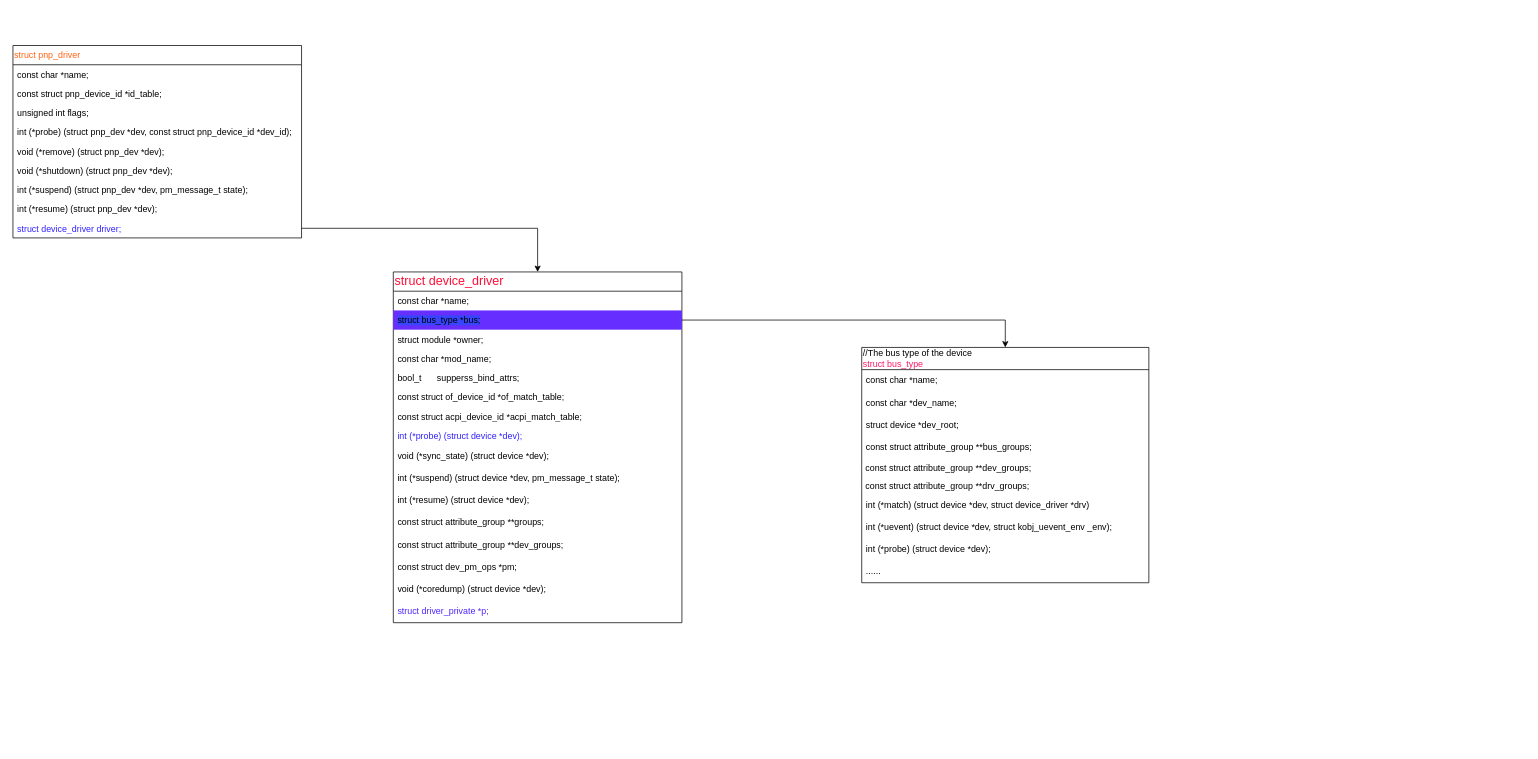
Before: uart/serial_pnp_struct.drawio in ktinkone/draw-io-works, a draw.io diagram. Source tidied: cells renumbered, new cells numbered last; positions are measured from the earlier drawing's top-left corner, leaving out a move shared by most shapes. Both pictures are drawn from the tidied source at 74%, with x=0, y=0 at pixel (13, 45).
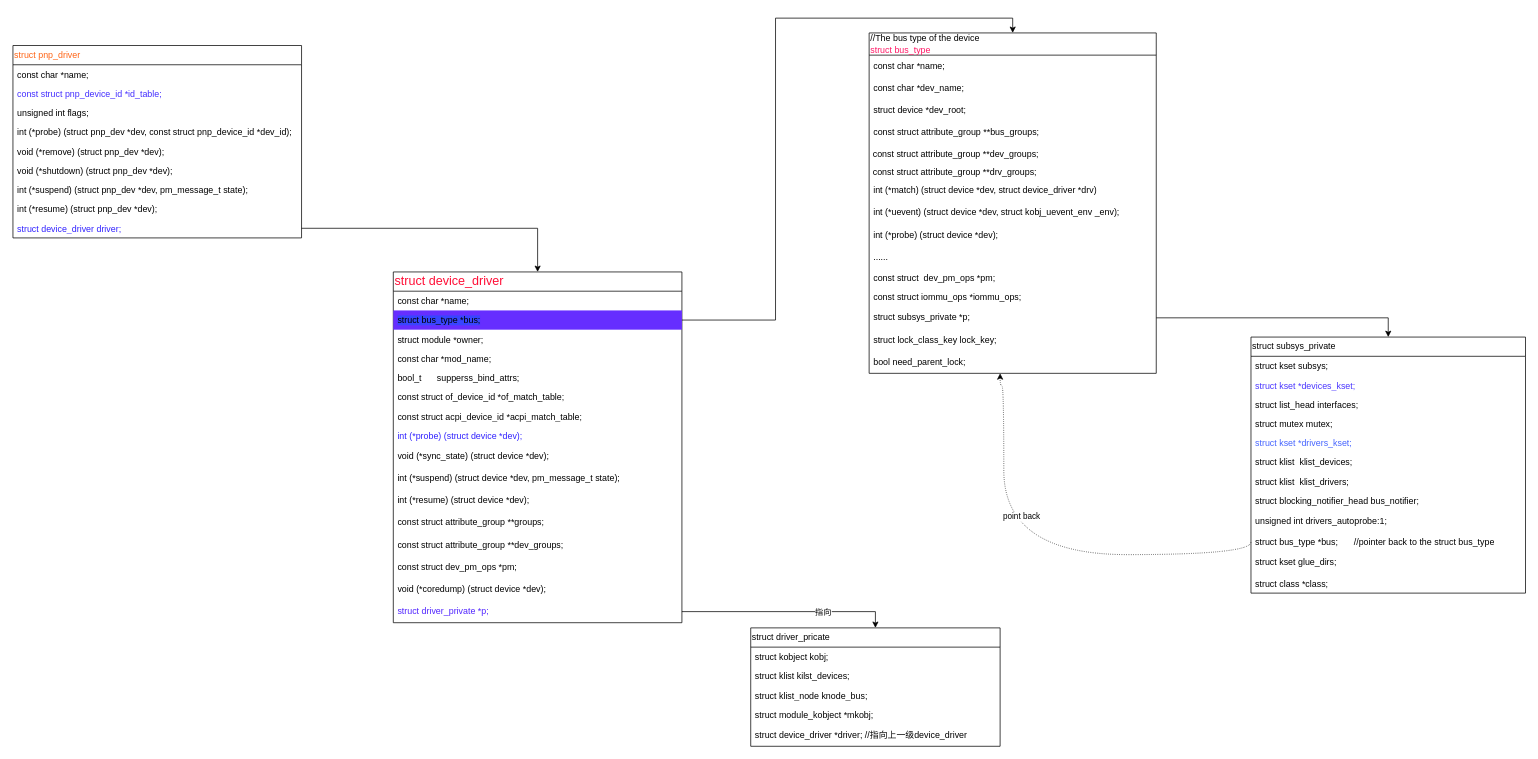
The same page after the edit.

The change refers to these unchanged cells:
```xml
<mxCell id="2" value="&lt;font color=&quot;#ff6314&quot;&gt;struct pnp_driver&lt;/font&gt;" style="swimlane;fontStyle=0;horizontal=1;startSize=26;fillColor=none;html=1;align=left;" parent="1" vertex="1">
  <mxGeometry width="390" height="260" as="geometry" />
</mxCell>
<mxCell id="28" value="&lt;font color=&quot;#5024ff&quot;&gt;struct driver_private *p;&lt;/font&gt;" style="text;strokeColor=none;fillColor=none;align=left;verticalAlign=middle;spacingLeft=4;spacingRight=4;overflow=hidden;points=[[0,0.5],[1,0.5]];portConstraint=eastwest;whiteSpace=wrap;html=1;" parent="12" vertex="1">
  <mxGeometry y="444" width="390" height="30" as="geometry" />
</mxCell>
```

Change to the diagram source:
```diff
@@
-    <mxCell id="4" value="const struct pnp_device_id *id_table;" style="text;strokeColor=none;fillColor=none;align=left;verticalAlign=top;spacingLeft=4;spacingRight=4;overflow=hidden;whiteSpace=wrap;html=1;" parent="2" vertex="1">
+    <mxCell id="4" value="&lt;font color=&quot;#432eff&quot;&gt;const struct pnp_device_id *id_table;&lt;/font&gt;" style="text;strokeColor=none;fillColor=none;align=left;verticalAlign=top;spacingLeft=4;spacingRight=4;overflow=hidden;whiteSpace=wrap;html=1;" parent="2" vertex="1">
       <mxGeometry y="52" width="390" height="26" as="geometry" />
     </mxCell>
@@
     <mxCell id="30" value="//The bus type of the device&lt;br&gt;&lt;font color=&quot;#ff1966&quot;&gt;struct bus_type&lt;/font&gt;" style="swimlane;fontStyle=0;horizontal=1;startSize=30;whiteSpace=wrap;html=1;align=left;" parent="1" vertex="1">
-      <mxGeometry x="1147" y="408" width="388" height="318" as="geometry" />
+      <mxGeometry x="1157" y="-17" width="388" height="460" as="geometry" />
     </mxCell>
@@
+    <mxCell id="42" value="const struct&amp;nbsp; dev_pm_ops *pm;" style="text;strokeColor=none;fillColor=none;align=left;verticalAlign=top;spacingLeft=4;spacingRight=4;overflow=hidden;whiteSpace=wrap;html=1;" parent="30" vertex="1">
+      <mxGeometry y="318" width="388" height="26" as="geometry" />
+    </mxCell>
+    <mxCell id="43" value="const struct iommu_ops *iommu_ops;" style="text;strokeColor=none;fillColor=none;align=left;verticalAlign=top;spacingLeft=4;spacingRight=4;overflow=hidden;whiteSpace=wrap;html=1;" parent="30" vertex="1">
+      <mxGeometry y="344" width="388" height="26" as="geometry" />
+    </mxCell>
+    <mxCell id="44" value="struct subsys_private *p;" style="text;strokeColor=none;fillColor=none;align=left;verticalAlign=middle;spacingLeft=4;spacingRight=4;overflow=hidden;points=[[0,0.5],[1,0.5]];portConstraint=eastwest;whiteSpace=wrap;html=1;" parent="30" vertex="1">
+      <mxGeometry y="370" width="388" height="30" as="geometry" />
+    </mxCell>
+    <mxCell id="45" value="struct lock_class_key lock_key;" style="text;strokeColor=none;fillColor=none;align=left;verticalAlign=middle;spacingLeft=4;spacingRight=4;overflow=hidden;whiteSpace=wrap;html=1;" parent="30" vertex="1">
+      <mxGeometry y="400" width="388" height="30" as="geometry" />
+    </mxCell>
+    <mxCell id="46" value="bool need_parent_lock;" style="text;strokeColor=none;fillColor=none;align=left;verticalAlign=middle;spacingLeft=4;spacingRight=4;overflow=hidden;whiteSpace=wrap;html=1;" parent="30" vertex="1">
+      <mxGeometry y="430" width="388" height="30" as="geometry" />
+    </mxCell>
@@
+    <mxCell id="47" value="struct driver_pricate" style="swimlane;fontStyle=0;horizontal=1;startSize=26;fillColor=none;html=1;align=left;" parent="1" vertex="1">
+      <mxGeometry x="997" y="787" width="337" height="160" as="geometry" />
+    </mxCell>
+    <mxCell id="48" value="struct kobject kobj;" style="text;strokeColor=none;fillColor=none;align=left;verticalAlign=top;spacingLeft=4;spacingRight=4;overflow=hidden;whiteSpace=wrap;html=1;" parent="47" vertex="1">
+      <mxGeometry y="26" width="337" height="26" as="geometry" />
+    </mxCell>
+    <mxCell id="49" value="struct klist kilst_devices;" style="text;strokeColor=none;fillColor=none;align=left;verticalAlign=top;spacingLeft=4;spacingRight=4;overflow=hidden;whiteSpace=wrap;html=1;" parent="47" vertex="1">
+      <mxGeometry y="52" width="337" height="26" as="geometry" />
+    </mxCell>
+    <mxCell id="50" value="struct klist_node knode_bus;" style="text;strokeColor=none;fillColor=none;align=left;verticalAlign=top;spacingLeft=4;spacingRight=4;overflow=hidden;whiteSpace=wrap;html=1;" parent="47" vertex="1">
+      <mxGeometry y="78" width="337" height="26" as="geometry" />
+    </mxCell>
+    <mxCell id="51" value="struct module_kobject *mkobj;" style="text;strokeColor=none;fillColor=none;align=left;verticalAlign=top;spacingLeft=4;spacingRight=4;overflow=hidden;whiteSpace=wrap;html=1;" parent="47" vertex="1">
+      <mxGeometry y="104" width="337" height="26" as="geometry" />
+    </mxCell>
+    <mxCell id="52" value="struct device_driver *driver; //指向上一级device_driver" style="text;strokeColor=none;fillColor=none;align=left;verticalAlign=middle;spacingLeft=4;spacingRight=4;overflow=hidden;whiteSpace=wrap;html=1;" parent="47" vertex="1">
+      <mxGeometry y="130" width="337" height="30" as="geometry" />
+    </mxCell>
+    <mxCell id="53" style="edgeStyle=orthogonalEdgeStyle;rounded=0;jettySize=auto;html=1;exitX=1;exitY=0.5;exitDx=0;exitDy=0;" parent="1" edge="1" source="28" target="47">
+      <mxGeometry relative="1" as="geometry" />
+    </mxCell>
+    <mxCell id="54" value="指向" style="edgeLabel;html=1;align=center;verticalAlign=middle;" parent="53" vertex="1">
+      <mxGeometry x="0.34" relative="1" as="geometry" />
+    </mxCell>
+    <mxCell id="55" value="struct subsys_private" style="swimlane;fontStyle=0;horizontal=1;startSize=26;fillColor=none;html=1;align=left;" parent="1" vertex="1">
+      <mxGeometry x="1673" y="394" width="371" height="346" as="geometry" />
+    </mxCell>
+    <mxCell id="56" value="struct kset subsys;" style="text;strokeColor=none;fillColor=none;align=left;verticalAlign=top;spacingLeft=4;spacingRight=4;overflow=hidden;whiteSpace=wrap;html=1;" parent="55" vertex="1">
+      <mxGeometry y="26" width="371" height="26" as="geometry" />
+    </mxCell>
+    <mxCell id="57" value="&lt;font color=&quot;#4a36ff&quot;&gt;struct kset *devices_kset;&lt;/font&gt;" style="text;strokeColor=none;fillColor=none;align=left;verticalAlign=top;spacingLeft=4;spacingRight=4;overflow=hidden;whiteSpace=wrap;html=1;" parent="55" vertex="1">
+      <mxGeometry y="52" width="371" height="26" as="geometry" />
+    </mxCell>
+    <mxCell id="58" value="struct list_head interfaces;" style="text;strokeColor=none;fillColor=none;align=left;verticalAlign=top;spacingLeft=4;spacingRight=4;overflow=hidden;whiteSpace=wrap;html=1;" parent="55" vertex="1">
+      <mxGeometry y="78" width="371" height="26" as="geometry" />
+    </mxCell>
+    <mxCell id="59" value="struct mutex mutex;" style="text;strokeColor=none;fillColor=none;align=left;verticalAlign=top;spacingLeft=4;spacingRight=4;overflow=hidden;whiteSpace=wrap;html=1;" parent="55" vertex="1">
+      <mxGeometry y="104" width="371" height="26" as="geometry" />
+    </mxCell>
+    <mxCell id="60" value="&lt;font color=&quot;#4564ff&quot;&gt;struct kset *drivers_kset;&lt;/font&gt;" style="text;strokeColor=none;fillColor=none;align=left;verticalAlign=top;spacingLeft=4;spacingRight=4;overflow=hidden;whiteSpace=wrap;html=1;" parent="55" vertex="1">
+      <mxGeometry y="130" width="371" height="26" as="geometry" />
+    </mxCell>
+    <mxCell id="61" value="struct klist&amp;nbsp; klist_devices;" style="text;strokeColor=none;fillColor=none;align=left;verticalAlign=top;spacingLeft=4;spacingRight=4;overflow=hidden;whiteSpace=wrap;html=1;" parent="55" vertex="1">
+      <mxGeometry y="156" width="371" height="26" as="geometry" />
+    </mxCell>
+    <mxCell id="62" value="struct klist&amp;nbsp; klist_drivers;" style="text;strokeColor=none;fillColor=none;align=left;verticalAlign=top;spacingLeft=4;spacingRight=4;overflow=hidden;whiteSpace=wrap;html=1;" parent="55" vertex="1">
+      <mxGeometry y="182" width="371" height="26" as="geometry" />
+    </mxCell>
+    <mxCell id="63" value="struct blocking_notifier_head bus_notifier;" style="text;strokeColor=none;fillColor=none;align=left;verticalAlign=top;spacingLeft=4;spacingRight=4;overflow=hidden;whiteSpace=wrap;html=1;" parent="55" vertex="1">
+      <mxGeometry y="208" width="371" height="26" as="geometry" />
+    </mxCell>
+    <mxCell id="64" value="unsigned int drivers_autoprobe:1;" style="text;strokeColor=none;fillColor=none;align=left;verticalAlign=middle;spacingLeft=4;spacingRight=4;overflow=hidden;whiteSpace=wrap;html=1;" parent="55" vertex="1">
+      <mxGeometry y="234" width="371" height="30" as="geometry" />
+    </mxCell>
+    <mxCell id="65" value="struct bus_type *bus;&lt;span style=&quot;white-space: pre;&quot;&gt;&#9;&lt;/span&gt;//pointer back to the struct bus_type" style="text;strokeColor=none;fillColor=none;align=left;verticalAlign=top;spacingLeft=4;spacingRight=4;overflow=hidden;points=[[0,0.5],[1,0.5]];portConstraint=eastwest;whiteSpace=wrap;html=1;" parent="55" vertex="1">
+      <mxGeometry y="264" width="371" height="26" as="geometry" />
+    </mxCell>
+    <mxCell id="66" value="struct kset glue_dirs;" style="text;strokeColor=none;fillColor=none;align=left;verticalAlign=middle;spacingLeft=4;spacingRight=4;overflow=hidden;whiteSpace=wrap;html=1;" parent="55" vertex="1">
+      <mxGeometry y="290" width="371" height="30" as="geometry" />
+    </mxCell>
+    <mxCell id="67" value="struct class *class;" style="text;strokeColor=none;fillColor=none;align=left;verticalAlign=top;spacingLeft=4;spacingRight=4;overflow=hidden;whiteSpace=wrap;html=1;" parent="55" vertex="1">
+      <mxGeometry y="320" width="371" height="26" as="geometry" />
+    </mxCell>
+    <mxCell id="68" style="edgeStyle=orthogonalEdgeStyle;rounded=0;jettySize=auto;html=1;exitX=1;exitY=0.5;exitDx=0;exitDy=0;entryX=0.5;entryY=0;entryDx=0;entryDy=0;" parent="1" edge="1" source="44" target="55">
+      <mxGeometry relative="1" as="geometry" />
+    </mxCell>
+    <mxCell id="69" style="edgeStyle=orthogonalEdgeStyle;rounded=1;jettySize=auto;html=1;exitX=0;exitY=0.5;exitDx=0;exitDy=0;curved=1;dashed=1;dashPattern=1 2;" parent="1" edge="1" source="65">
+      <mxGeometry relative="1" as="geometry">
+        <mxPoint x="1334" y="443" as="targetPoint" />
+        <Array as="points">
+          <mxPoint x="1673" y="688" />
+          <mxPoint x="1339" y="688" />
+          <mxPoint x="1339" y="460" />
+          <mxPoint x="1334" y="460" />
+        </Array>
+      </mxGeometry>
+    </mxCell>
+    <mxCell id="70" value="point back" style="edgeLabel;html=1;align=center;verticalAlign=middle;" parent="69" vertex="1">
+      <mxGeometry x="0.34" y="-23" relative="1" as="geometry" />
+    </mxCell>
```
